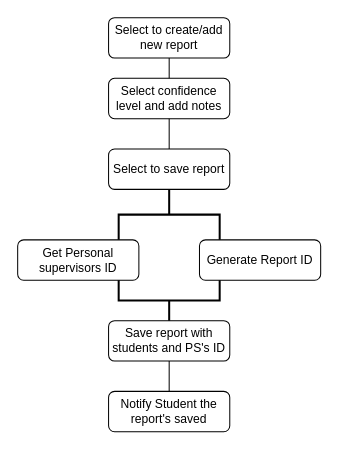
The draw.io diagram DDD_PSreviewReport.drawio in mpanks/Flowcharts, before the edit. Source tidied: cells renumbered, new cells numbered last; positions are measured from the earlier drawing's top-left corner, leaving out a move shared by most shapes. Both pictures are drawn from the tidied source at 101%, with x=0, y=0 at pixel (17, 17).
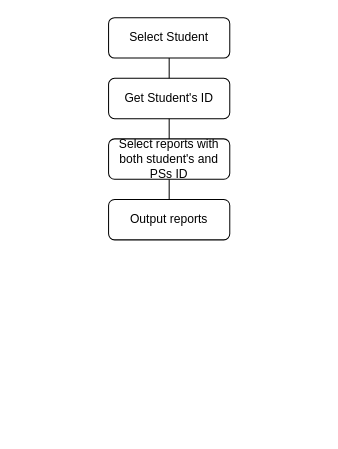
The same diagram, later.

The edit, as a diff of the source:
```diff
@@
 <mxGraphModel>
   <root>
     <mxCell id="0" />
     <mxCell id="1" parent="0" />
-    <mxCell id="2" value="Select to create/add new report" style="rounded=1;whiteSpace=wrap;html=1;fontSize=12;glass=0;strokeWidth=1;shadow=0;" parent="1" vertex="1">
+    <mxCell id="2" value="Select Student" style="rounded=1;whiteSpace=wrap;html=1;fontSize=12;glass=0;strokeWidth=1;shadow=0;" parent="1" vertex="1">
       <mxGeometry x="90" width="120" height="40" as="geometry" />
     </mxCell>
-    <mxCell id="3" value="Select confidence level and add notes" style="rounded=1;whiteSpace=wrap;html=1;fontSize=12;glass=0;strokeWidth=1;shadow=0;" parent="1" vertex="1">
+    <mxCell id="3" value="Get Student's ID" style="rounded=1;whiteSpace=wrap;html=1;fontSize=12;glass=0;strokeWidth=1;shadow=0;" parent="1" vertex="1">
       <mxGeometry x="90" y="60" width="120" height="40" as="geometry" />
     </mxCell>
-    <mxCell id="4" value="Select to save report" style="rounded=1;whiteSpace=wrap;html=1;fontSize=12;glass=0;strokeWidth=1;shadow=0;" parent="1" vertex="1">
-      <mxGeometry x="90" y="130" width="120" height="40" as="geometry" />
+    <mxCell id="4" value="Select reports with both student's and PSs ID" style="rounded=1;whiteSpace=wrap;html=1;fontSize=12;glass=0;strokeWidth=1;shadow=0;" parent="1" vertex="1">
+      <mxGeometry x="90" y="120" width="120" height="40" as="geometry" />
     </mxCell>
-    <mxCell id="5" style="strokeWidth=2;html=1;shape=mxgraph.flowchart.annotation_2;align=left;labelPosition=right;direction=south;" parent="1" vertex="1">
-      <mxGeometry x="100" y="170" width="100" height="50" as="geometry" />
-    </mxCell>
     <mxCell id="6" style="endArrow=none;html=1;rounded=0;entryX=0.5;entryY=1;entryDx=0;entryDy=0;exitX=0.5;exitY=0;exitDx=0;exitDy=0;" parent="1" edge="1" source="3" target="2">
       <mxGeometry relative="1" as="geometry" />
     </mxCell>
     <mxCell id="7" style="endArrow=none;html=1;rounded=0;entryX=0.5;entryY=1;entryDx=0;entryDy=0;exitX=0.5;exitY=0;exitDx=0;exitDy=0;" parent="1" edge="1" source="4" target="3">
       <mxGeometry relative="1" as="geometry" />
     </mxCell>
-    <mxCell id="8" style="strokeWidth=2;html=1;shape=mxgraph.flowchart.annotation_2;align=left;labelPosition=right;rotation=-90;" parent="1" vertex="1">
-      <mxGeometry x="125" y="230" width="50" height="100" as="geometry" />
-    </mxCell>
-    <mxCell id="9" value="Generate Report ID" style="rounded=1;whiteSpace=wrap;html=1;fontSize=12;glass=0;strokeWidth=1;shadow=0;" parent="1" vertex="1">
-      <mxGeometry x="180" y="220" width="120" height="40" as="geometry" />
-    </mxCell>
-    <mxCell id="10" value="Get Personal supervisors ID" style="rounded=1;whiteSpace=wrap;html=1;fontSize=12;glass=0;strokeWidth=1;shadow=0;" parent="1" vertex="1">
-      <mxGeometry y="220" width="120" height="40" as="geometry" />
-    </mxCell>
-    <mxCell id="11" value="Save report with students and PS's ID" style="rounded=1;whiteSpace=wrap;html=1;fontSize=12;glass=0;strokeWidth=1;shadow=0;" parent="1" vertex="1">
-      <mxGeometry x="90" y="300" width="120" height="40" as="geometry" />
-    </mxCell>
-    <mxCell id="12" value="Notify Student the report's saved" style="rounded=1;whiteSpace=wrap;html=1;fontSize=12;glass=0;strokeWidth=1;shadow=0;" parent="1" vertex="1">
-      <mxGeometry x="90" y="370" width="120" height="40" as="geometry" />
-    </mxCell>
-    <mxCell id="13" style="endArrow=none;html=1;rounded=0;exitX=0.5;exitY=0;exitDx=0;exitDy=0;entryX=0.5;entryY=1;entryDx=0;entryDy=0;" parent="1" edge="1" source="12" target="11">
-      <mxGeometry relative="1" as="geometry" />
-    </mxCell>
+    <mxCell id="14" value="Output reports" style="rounded=1;whiteSpace=wrap;html=1;fontSize=12;glass=0;strokeWidth=1;shadow=0;" parent="1" vertex="1">
+      <mxGeometry x="90" y="180" width="120" height="40" as="geometry" />
+    </mxCell>
+    <mxCell id="15" style="endArrow=none;html=1;rounded=0;exitX=0.5;exitY=0;exitDx=0;exitDy=0;entryX=0.5;entryY=1;entryDx=0;entryDy=0;" parent="1" edge="1" source="14" target="4">
+      <mxGeometry relative="1" as="geometry" />
+    </mxCell>
   </root>
 </mxGraphModel>
```
